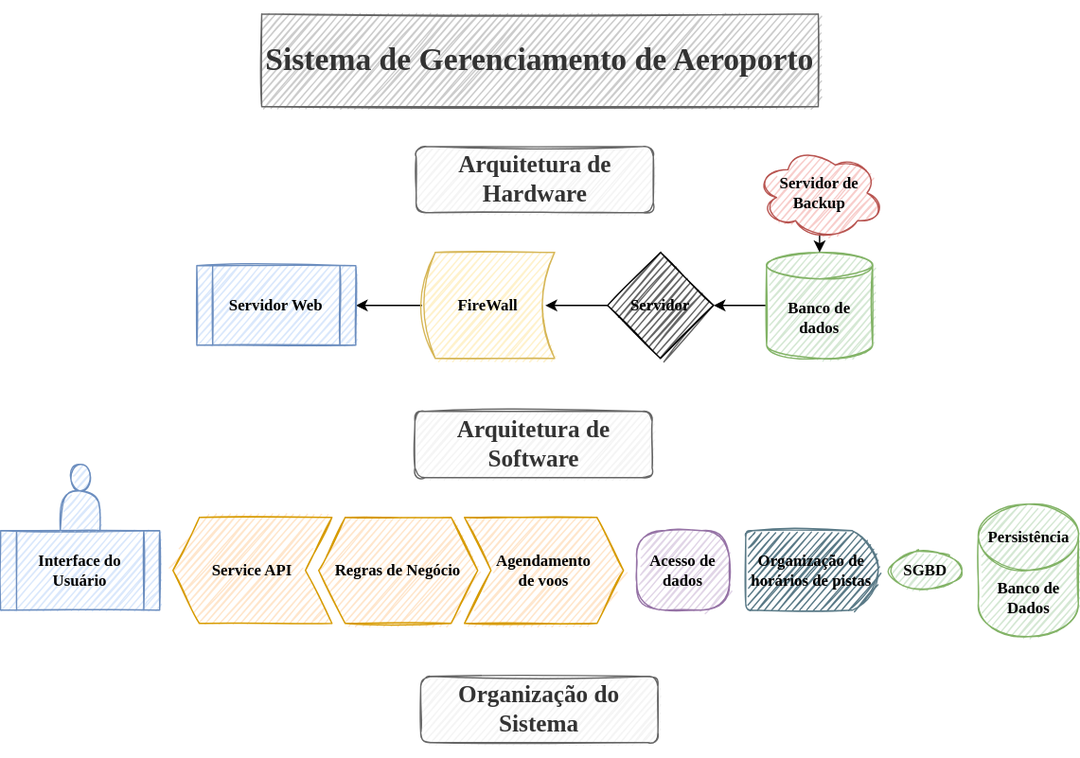
ipeeeed/arquivos-da-faculdade keeps this draw.io diagram as Diagrama sem título.drawio.svg. Above is the earlier version. Source tidied: cells renumbered, new cells last; positions are measured from the earlier drawing's top-left corner, leaving out a move shared by most shapes. The source it was exported from:
```xml
<mxGraphModel>
  <root>
    <mxCell id="0" />
    <mxCell id="1" parent="0" />
    <mxCell id="2" value="&lt;h1&gt;&lt;font face=&quot;Comic Sans MS&quot;&gt;Sistema de Gerenciamento de Aeroporto&lt;/font&gt;&lt;/h1&gt;" style="rounded=0;whiteSpace=wrap;html=1;sketch=1;fillColor=#CCCCCC;fontColor=#333333;strokeColor=#666666;" parent="1" vertex="1">
      <mxGeometry x="197" width="420" height="70" as="geometry" />
    </mxCell>
    <mxCell id="3" value="&lt;h2&gt;Arquitetura de Hardware&lt;/h2&gt;" style="rounded=1;whiteSpace=wrap;html=1;sketch=1;fontFamily=Comic Sans MS;fillColor=#f5f5f5;fontColor=#333333;strokeColor=#666666;" parent="1" vertex="1">
      <mxGeometry x="313.5" y="100" width="179" height="50" as="geometry" />
    </mxCell>
    <mxCell id="4" value="&lt;h2&gt;Arquitetura de Software&lt;/h2&gt;" style="rounded=1;whiteSpace=wrap;html=1;sketch=1;fontFamily=Comic Sans MS;fillColor=#f5f5f5;fontColor=#333333;strokeColor=#666666;" parent="1" vertex="1">
      <mxGeometry x="312.6" y="300" width="179" height="50" as="geometry" />
    </mxCell>
    <mxCell id="5" style="edgeStyle=orthogonalEdgeStyle;rounded=0;jettySize=auto;html=1;exitX=0;exitY=0.5;exitDx=0;exitDy=0;exitPerimeter=0;entryX=1;entryY=0.5;entryDx=0;entryDy=0;fontFamily=Comic Sans MS;" parent="1" edge="1" source="6" target="8">
      <mxGeometry relative="1" as="geometry" />
    </mxCell>
    <mxCell id="6" value="&lt;b&gt;Banco de dados&lt;/b&gt;" style="shape=cylinder3;whiteSpace=wrap;html=1;boundedLbl=1;backgroundOutline=1;size=10;sketch=1;fontFamily=Comic Sans MS;fillColor=#d5e8d4;strokeColor=#82b366;" parent="1" vertex="1">
      <mxGeometry x="578" y="180" width="80" height="80" as="geometry" />
    </mxCell>
    <mxCell id="7" style="edgeStyle=orthogonalEdgeStyle;rounded=0;jettySize=auto;html=1;exitX=0;exitY=0.5;exitDx=0;exitDy=0;entryX=0.93;entryY=0.5;entryDx=0;entryDy=0;entryPerimeter=0;fontFamily=Comic Sans MS;" parent="1" edge="1" source="8" target="10">
      <mxGeometry relative="1" as="geometry" />
    </mxCell>
    <mxCell id="8" value="&lt;b&gt;Servidor&lt;/b&gt;" style="rhombus;whiteSpace=wrap;html=1;sketch=1;fontFamily=Comic Sans MS;fillColor=#666666;" parent="1" vertex="1">
      <mxGeometry x="458" y="180" width="80" height="80" as="geometry" />
    </mxCell>
    <mxCell id="9" style="edgeStyle=orthogonalEdgeStyle;rounded=0;jettySize=auto;html=1;exitX=0;exitY=0.5;exitDx=0;exitDy=0;entryX=1;entryY=0.5;entryDx=0;entryDy=0;fontFamily=Comic Sans MS;" parent="1" edge="1" source="10" target="11">
      <mxGeometry relative="1" as="geometry" />
    </mxCell>
    <mxCell id="10" value="&lt;b&gt;FireWall&lt;/b&gt;" style="shape=dataStorage;whiteSpace=wrap;html=1;fixedSize=1;sketch=1;fontFamily=Comic Sans MS;fillColor=#fff2cc;strokeColor=#d6b656;size=10;" parent="1" vertex="1">
      <mxGeometry x="318" y="180" width="100" height="80" as="geometry" />
    </mxCell>
    <mxCell id="11" value="&lt;b&gt;Servidor Web&lt;/b&gt;" style="shape=process;whiteSpace=wrap;html=1;backgroundOutline=1;sketch=1;fontFamily=Comic Sans MS;fillColor=#dae8fc;strokeColor=#6c8ebf;" parent="1" vertex="1">
      <mxGeometry x="148" y="190" width="120" height="60" as="geometry" />
    </mxCell>
    <mxCell id="12" value="&lt;b&gt;Regras de Negócio&lt;/b&gt;" style="shape=hexagon;perimeter=hexagonPerimeter2;whiteSpace=wrap;html=1;fixedSize=1;sketch=1;fontFamily=Comic Sans MS;fillColor=#ffe6cc;strokeColor=#d79b00;" parent="1" vertex="1">
      <mxGeometry x="240" y="380" width="120" height="80" as="geometry" />
    </mxCell>
    <mxCell id="13" value="&lt;b&gt;Acesso de dados&lt;/b&gt;" style="rounded=1;whiteSpace=wrap;html=1;sketch=1;fontFamily=Comic Sans MS;fillColor=#e1d5e7;strokeColor=#9673a6;arcSize=35;" parent="1" vertex="1">
      <mxGeometry x="480" y="390" width="70" height="60" as="geometry" />
    </mxCell>
    <mxCell id="14" value="&lt;b&gt;Banco de Dados&lt;/b&gt;" style="shape=cylinder3;whiteSpace=wrap;html=1;boundedLbl=1;backgroundOutline=1;size=25;sketch=1;fontFamily=Comic Sans MS;fillColor=#d5e8d4;strokeColor=#82b366;" parent="1" vertex="1">
      <mxGeometry x="737.8" y="370" width="75.5" height="100" as="geometry" />
    </mxCell>
    <mxCell id="15" value="&lt;b&gt;SGBD&lt;/b&gt;" style="ellipse;whiteSpace=wrap;html=1;sketch=1;fontFamily=Comic Sans MS;fillColor=#d5e8d4;strokeColor=#82b366;" parent="1" vertex="1">
      <mxGeometry x="670" y="406.2" width="56.2" height="27.5" as="geometry" />
    </mxCell>
    <mxCell id="16" value="&lt;b&gt;Persistência&lt;/b&gt;" style="text;html=1;strokeColor=none;fillColor=none;align=center;verticalAlign=middle;whiteSpace=wrap;rounded=0;sketch=1;fontFamily=Comic Sans MS;" parent="1" vertex="1">
      <mxGeometry x="745.5" y="380" width="60" height="30" as="geometry" />
    </mxCell>
    <mxCell id="17" style="edgeStyle=orthogonalEdgeStyle;rounded=0;jettySize=auto;html=1;exitX=0.55;exitY=0.95;exitDx=0;exitDy=0;exitPerimeter=0;entryX=0.5;entryY=0;entryDx=0;entryDy=0;entryPerimeter=0;fontFamily=Comic Sans MS;" parent="1" edge="1" source="18" target="6">
      <mxGeometry relative="1" as="geometry" />
    </mxCell>
    <mxCell id="18" value="&lt;b&gt;Servidor de Backup&lt;/b&gt;" style="ellipse;shape=cloud;whiteSpace=wrap;html=1;sketch=1;fontFamily=Comic Sans MS;fillColor=#f8cecc;strokeColor=#b85450;" parent="1" vertex="1">
      <mxGeometry x="570.2" y="100" width="95.5" height="70" as="geometry" />
    </mxCell>
    <mxCell id="19" value="&lt;b&gt;Agendamento&lt;br&gt;de voos&lt;/b&gt;" style="shape=step;perimeter=stepPerimeter;whiteSpace=wrap;html=1;fixedSize=1;sketch=1;fontFamily=Comic Sans MS;fillColor=#ffe6cc;strokeColor=#d79b00;" parent="1" vertex="1">
      <mxGeometry x="350" y="380" width="120" height="80" as="geometry" />
    </mxCell>
    <mxCell id="20" value="&lt;b&gt;Service API&lt;/b&gt;" style="shape=step;perimeter=stepPerimeter;whiteSpace=wrap;html=1;fixedSize=1;sketch=1;fontFamily=Comic Sans MS;fillColor=#ffe6cc;rotation=0;verticalAlign=middle;direction=west;strokeColor=#d79b00;" parent="1" vertex="1">
      <mxGeometry x="130" y="380" width="120" height="80" as="geometry" />
    </mxCell>
    <mxCell id="21" value="&lt;b&gt;Interface do Usuário&lt;/b&gt;" style="shape=process;whiteSpace=wrap;html=1;backgroundOutline=1;sketch=1;fontFamily=Comic Sans MS;fillColor=#dae8fc;strokeColor=#6c8ebf;" parent="1" vertex="1">
      <mxGeometry y="390" width="120" height="60" as="geometry" />
    </mxCell>
    <mxCell id="22" style="shape=actor;whiteSpace=wrap;html=1;sketch=1;fontFamily=Comic Sans MS;fillColor=#dae8fc;strokeColor=#6c8ebf;" parent="1" vertex="1">
      <mxGeometry x="45" y="340" width="30" height="50" as="geometry" />
    </mxCell>
    <mxCell id="23" value="&lt;b&gt;Organização de horários de pistas&lt;/b&gt;" style="strokeWidth=1;html=1;shape=mxgraph.flowchart.delay;whiteSpace=wrap;sketch=1;fontFamily=Comic Sans MS;fillColor=#5A7A87;fontColor=#000000;strokeColor=#5A7A87;" parent="1" vertex="1">
      <mxGeometry x="562.2" y="390" width="100" height="60" as="geometry" />
    </mxCell>
    <mxCell id="24" value="&lt;h2&gt;Organização do Sistema&lt;/h2&gt;" style="rounded=1;whiteSpace=wrap;html=1;sketch=1;fontFamily=Comic Sans MS;fillColor=#f5f5f5;fontColor=#333333;strokeColor=#666666;" parent="1" vertex="1">
      <mxGeometry x="317" y="500" width="179" height="50" as="geometry" />
    </mxCell>
  </root>
</mxGraphModel>
```
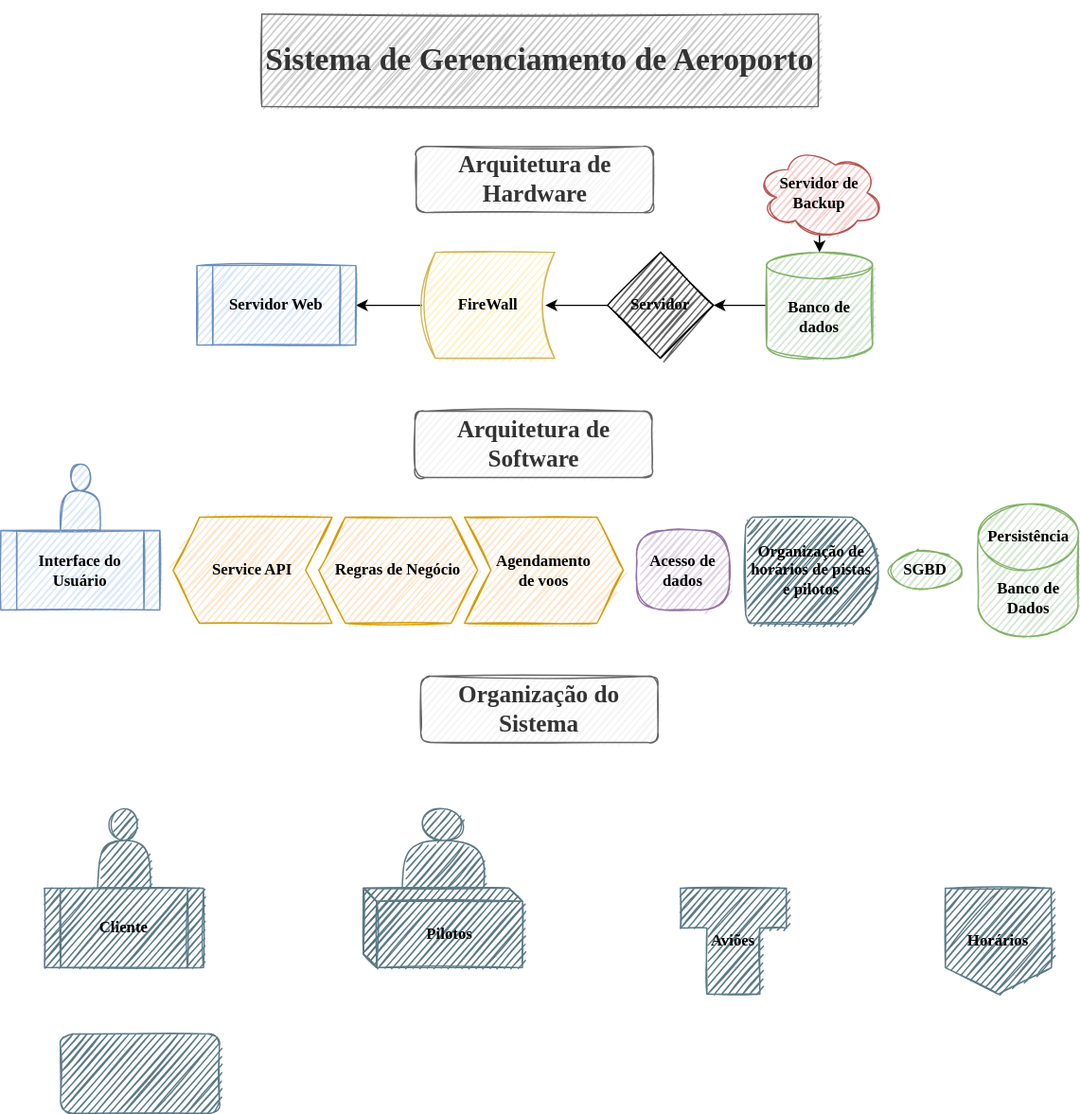
The same diagram one commit later.

Diff of the diagram source:
```diff
@@ -65,11 +65,32 @@
     <mxCell id="22" style="shape=actor;whiteSpace=wrap;html=1;sketch=1;fontFamily=Comic Sans MS;fillColor=#dae8fc;strokeColor=#6c8ebf;" parent="1" vertex="1">
       <mxGeometry x="45" y="340" width="30" height="50" as="geometry" />
     </mxCell>
-    <mxCell id="23" value="&lt;b&gt;Organização de horários de pistas&lt;/b&gt;" style="strokeWidth=1;html=1;shape=mxgraph.flowchart.delay;whiteSpace=wrap;sketch=1;fontFamily=Comic Sans MS;fillColor=#5A7A87;fontColor=#000000;strokeColor=#5A7A87;" parent="1" vertex="1">
-      <mxGeometry x="562.2" y="390" width="100" height="60" as="geometry" />
+    <mxCell id="23" value="&lt;b&gt;Organização de horários de pistas e pilotos&lt;/b&gt;" style="strokeWidth=1;html=1;shape=mxgraph.flowchart.delay;whiteSpace=wrap;sketch=1;fontFamily=Comic Sans MS;fillColor=#5A7A87;fontColor=#000000;strokeColor=#5A7A87;" parent="1" vertex="1">
+      <mxGeometry x="562.2" y="380" width="100" height="80" as="geometry" />
     </mxCell>
     <mxCell id="24" value="&lt;h2&gt;Organização do Sistema&lt;/h2&gt;" style="rounded=1;whiteSpace=wrap;html=1;sketch=1;fontFamily=Comic Sans MS;fillColor=#f5f5f5;fontColor=#333333;strokeColor=#666666;" parent="1" vertex="1">
       <mxGeometry x="317" y="500" width="179" height="50" as="geometry" />
     </mxCell>
+    <mxCell id="25" value="&lt;b&gt;Cliente&lt;/b&gt;" style="shape=process;whiteSpace=wrap;html=1;backgroundOutline=1;sketch=1;fontFamily=Comic Sans MS;fontColor=#000000;strokeColor=#5A7A87;strokeWidth=1;fillColor=#5A7A87;gradientColor=none;" parent="1" vertex="1">
+      <mxGeometry x="33" y="660" width="120" height="60" as="geometry" />
+    </mxCell>
+    <mxCell id="26" style="shape=actor;whiteSpace=wrap;html=1;sketch=1;fontFamily=Comic Sans MS;fontColor=#000000;strokeColor=#5A7A87;strokeWidth=1;fillColor=#5A7A87;gradientColor=none;" parent="1" vertex="1">
+      <mxGeometry x="73" y="600" width="40" height="60" as="geometry" />
+    </mxCell>
+    <mxCell id="27" value="&lt;b&gt;Pilotos&lt;/b&gt;" style="shape=cube;whiteSpace=wrap;html=1;boundedLbl=1;backgroundOutline=1;darkOpacity=0.05;darkOpacity2=0.1;sketch=1;fontFamily=Comic Sans MS;fontColor=#000000;strokeColor=#5A7A87;strokeWidth=1;fillColor=#5A7A87;gradientColor=none;size=10;" parent="1" vertex="1">
+      <mxGeometry x="273.8" y="660" width="120" height="60" as="geometry" />
+    </mxCell>
+    <mxCell id="28" style="shape=actor;whiteSpace=wrap;html=1;sketch=1;fontFamily=Comic Sans MS;fontColor=#000000;strokeColor=#5A7A87;strokeWidth=1;fillColor=#5A7A87;gradientColor=none;" parent="1" vertex="1">
+      <mxGeometry x="303" y="600" width="61.5" height="60" as="geometry" />
+    </mxCell>
+    <mxCell id="29" value="&lt;b&gt;Aviões&lt;/b&gt;" style="shape=tee;whiteSpace=wrap;html=1;sketch=1;fontFamily=Comic Sans MS;fontColor=#000000;strokeColor=#5A7A87;strokeWidth=1;fillColor=#5A7A87;gradientColor=none;dx=40;dy=30;" parent="1" vertex="1">
+      <mxGeometry x="513" y="660" width="80" height="80" as="geometry" />
+    </mxCell>
+    <mxCell id="30" value="&lt;b&gt;Horários&lt;/b&gt;" style="shape=offPageConnector;whiteSpace=wrap;html=1;sketch=1;fontFamily=Comic Sans MS;fontColor=#000000;strokeColor=#5A7A87;strokeWidth=1;fillColor=#5A7A87;gradientColor=none;size=0.25;" parent="1" vertex="1">
+      <mxGeometry x="713" y="660" width="80" height="80" as="geometry" />
+    </mxCell>
+    <mxCell id="31" style="rounded=1;whiteSpace=wrap;html=1;sketch=1;fontFamily=Comic Sans MS;fontColor=#000000;strokeColor=#5A7A87;strokeWidth=1;fillColor=#5A7A87;gradientColor=none;" parent="1" vertex="1">
+      <mxGeometry x="45" y="770" width="120" height="60" as="geometry" />
+    </mxCell>
   </root>
 </mxGraphModel>
```
